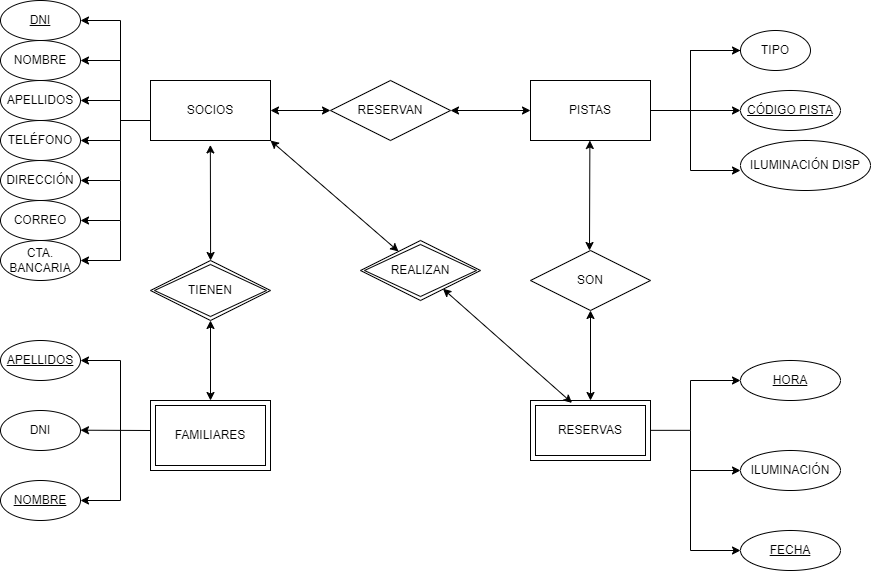
Earlier version of the draw.io export Tarea_2.png (adrilave/Practica-1-AED). Source tidied: cells renumbered, new cells last; positions are measured from the earlier drawing's top-left corner, leaving out a move shared by most shapes.
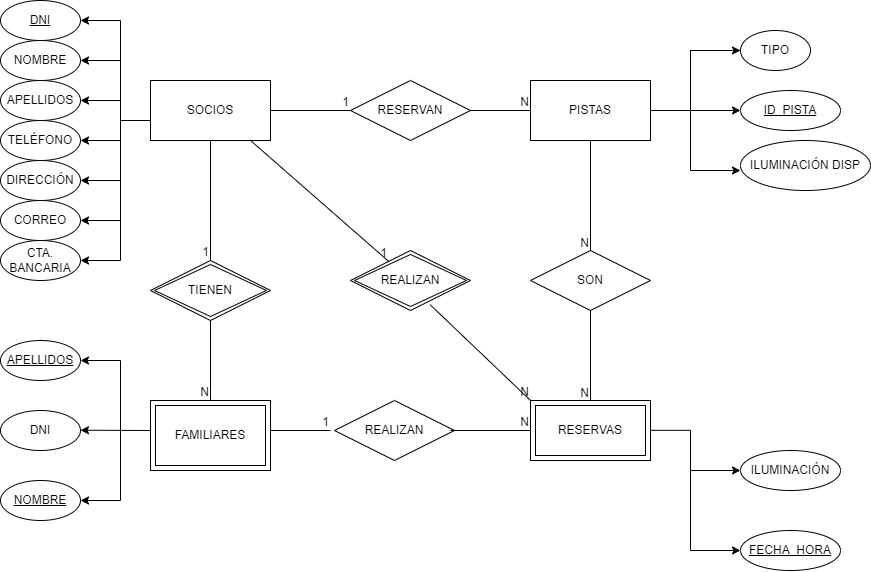
The same file after the commit.

Diff of the diagram source:
```diff
@@ -42,7 +42,7 @@
       <mxGeometry y="410" width="80" height="40" as="geometry" />
     </mxCell>
     <mxCell id="15" value="RESERVAN" style="shape=rhombus;perimeter=rhombusPerimeter;whiteSpace=wrap;html=1;align=center;" parent="1" vertex="1">
-      <mxGeometry x="330" y="80" width="120" height="60" as="geometry" />
+      <mxGeometry x="350" y="80" width="120" height="60" as="geometry" />
     </mxCell>
     <mxCell id="16" style="endArrow=classic;html=1;rounded=0;exitX=0;exitY=0.5;exitDx=0;exitDy=0;" parent="1" edge="1">
       <mxGeometry relative="1" as="geometry">
@@ -131,30 +131,12 @@
         </Array>
       </mxGeometry>
     </mxCell>
-    <mxCell id="27" style="endArrow=classic;html=1;rounded=0;entryX=0.5;entryY=0;entryDx=0;entryDy=0;startArrow=classic;" parent="1" edge="1">
-      <mxGeometry relative="1" as="geometry">
-        <mxPoint x="210" y="320" as="sourcePoint" />
-        <mxPoint x="210" y="400" as="targetPoint" />
-      </mxGeometry>
-    </mxCell>
     <mxCell id="28" value="TIENEN" style="shape=rhombus;double=1;perimeter=rhombusPerimeter;whiteSpace=wrap;html=1;align=center;" parent="1" vertex="1">
       <mxGeometry x="150" y="260" width="120" height="60" as="geometry" />
     </mxCell>
     <mxCell id="29" value="FAMILIARES" style="shape=ext;margin=3;double=1;whiteSpace=wrap;html=1;align=center;" parent="1" vertex="1">
       <mxGeometry x="150" y="400" width="120" height="70" as="geometry" />
     </mxCell>
-    <mxCell id="30" style="endArrow=classic;startArrow=classic;html=1;rounded=0;exitX=0.502;exitY=-0.074;exitDx=0;exitDy=0;exitPerimeter=0;entryX=0.5;entryY=1;entryDx=0;entryDy=0;" parent="1" edge="1">
-      <mxGeometry relative="1" as="geometry">
-        <mxPoint x="210.1" y="260" as="sourcePoint" />
-        <mxPoint x="209.8" y="144.4" as="targetPoint" />
-      </mxGeometry>
-    </mxCell>
-    <mxCell id="31" style="endArrow=classic;startArrow=classic;html=1;rounded=0;entryX=0;entryY=0.5;entryDx=0;entryDy=0;exitX=1;exitY=0.5;exitDx=0;exitDy=0;" parent="1" edge="1" source="2" target="15">
-      <mxGeometry relative="1" as="geometry" />
-    </mxCell>
-    <mxCell id="32" style="endArrow=classic;startArrow=classic;html=1;rounded=0;entryX=0;entryY=0.5;entryDx=0;entryDy=0;exitX=1;exitY=0.5;exitDx=0;exitDy=0;" parent="1" edge="1" source="15" target="3">
-      <mxGeometry relative="1" as="geometry" />
-    </mxCell>
     <mxCell id="33" style="endArrow=none;html=1;rounded=0;" parent="1" edge="1">
       <mxGeometry relative="1" as="geometry">
         <mxPoint x="650" y="110" as="sourcePoint" />
@@ -203,15 +185,6 @@
         <mxPoint x="690" y="429.8" as="targetPoint" />
       </mxGeometry>
     </mxCell>
-    <mxCell id="40" style="endArrow=classic;html=1;rounded=0;" parent="1" edge="1">
-      <mxGeometry relative="1" as="geometry">
-        <mxPoint x="690" y="430" as="sourcePoint" />
-        <mxPoint x="740" y="380" as="targetPoint" />
-        <Array as="points">
-          <mxPoint x="690" y="380" />
-        </Array>
-      </mxGeometry>
-    </mxCell>
     <mxCell id="41" style="endArrow=classic;html=1;rounded=0;" parent="1" edge="1">
       <mxGeometry relative="1" as="geometry">
         <mxPoint x="690" y="430" as="sourcePoint" />
@@ -234,15 +207,9 @@
       </mxGeometry>
     </mxCell>
     <mxCell id="44" value="REALIZAN" style="shape=rhombus;double=1;perimeter=rhombusPerimeter;whiteSpace=wrap;html=1;align=center;" parent="1" vertex="1">
-      <mxGeometry x="360" y="240" width="120" height="60" as="geometry" />
+      <mxGeometry x="350" y="250" width="120" height="60" as="geometry" />
     </mxCell>
-    <mxCell id="45" style="endArrow=classic;startArrow=classic;html=1;rounded=0;exitX=1;exitY=1;exitDx=0;exitDy=0;" parent="1" edge="1" source="2" target="44">
-      <mxGeometry relative="1" as="geometry" />
-    </mxCell>
-    <mxCell id="46" style="endArrow=classic;startArrow=classic;html=1;rounded=0;exitX=0.687;exitY=0.804;exitDx=0;exitDy=0;exitPerimeter=0;entryX=0.346;entryY=0.04;entryDx=0;entryDy=0;entryPerimeter=0;" parent="1" edge="1" source="44" target="38">
-      <mxGeometry relative="1" as="geometry" />
-    </mxCell>
-    <mxCell id="47" value="CÓDIGO PISTA" style="ellipse;whiteSpace=wrap;html=1;align=center;fontStyle=4;" parent="1" vertex="1">
+    <mxCell id="47" value="ID_PISTA" style="ellipse;whiteSpace=wrap;html=1;align=center;fontStyle=4;" parent="1" vertex="1">
       <mxGeometry x="740" y="90" width="100" height="40" as="geometry" />
     </mxCell>
     <mxCell id="48" style="endArrow=classic;html=1;rounded=0;entryX=0;entryY=0.5;entryDx=0;entryDy=0;" parent="1" edge="1" target="47">
@@ -250,31 +217,90 @@
         <mxPoint x="690" y="110" as="sourcePoint" />
       </mxGeometry>
     </mxCell>
-    <mxCell id="49" style="endArrow=classic;startArrow=classic;html=1;rounded=0;" parent="1" edge="1">
-      <mxGeometry relative="1" as="geometry">
-        <mxPoint x="589" y="250" as="sourcePoint" />
-        <mxPoint x="589.4" y="140" as="targetPoint" />
-      </mxGeometry>
-    </mxCell>
     <mxCell id="50" value="SON" style="shape=rhombus;perimeter=rhombusPerimeter;whiteSpace=wrap;html=1;align=center;" parent="1" vertex="1">
       <mxGeometry x="530" y="250" width="120" height="60" as="geometry" />
     </mxCell>
-    <mxCell id="51" style="endArrow=classic;startArrow=classic;html=1;rounded=0;entryX=0.5;entryY=1;entryDx=0;entryDy=0;" parent="1" edge="1" target="50">
-      <mxGeometry relative="1" as="geometry">
-        <mxPoint x="590" y="400" as="sourcePoint" />
-      </mxGeometry>
-    </mxCell>
     <mxCell id="52" value="NOMBRE" style="ellipse;whiteSpace=wrap;html=1;align=center;fontStyle=4;" parent="1" vertex="1">
       <mxGeometry y="480" width="80" height="40" as="geometry" />
     </mxCell>
     <mxCell id="53" value="APELLIDOS" style="ellipse;whiteSpace=wrap;html=1;align=center;fontStyle=4;" parent="1" vertex="1">
       <mxGeometry y="340" width="80" height="40" as="geometry" />
     </mxCell>
-    <mxCell id="54" value="FECHA" style="ellipse;whiteSpace=wrap;html=1;align=center;fontStyle=4;" parent="1" vertex="1">
+    <mxCell id="54" value="FECHA_HORA" style="ellipse;whiteSpace=wrap;html=1;align=center;fontStyle=4;" parent="1" vertex="1">
       <mxGeometry x="740" y="530" width="100" height="40" as="geometry" />
     </mxCell>
-    <mxCell id="55" value="HORA" style="ellipse;whiteSpace=wrap;html=1;align=center;fontStyle=4;" parent="1" vertex="1">
-      <mxGeometry x="740" y="360" width="100" height="40" as="geometry" />
-    </mxCell>
+    <mxCell id="56" value="REALIZAN" style="shape=rhombus;perimeter=rhombusPerimeter;whiteSpace=wrap;html=1;align=center;" parent="1" vertex="1">
+      <mxGeometry x="334" y="400" width="120" height="60" as="geometry" />
+    </mxCell>
+    <mxCell id="45" style="endArrow=none;html=1;rounded=0;exitX=0.835;exitY=1.002;exitDx=0;exitDy=0;exitPerimeter=0;" parent="1" edge="1" source="2" target="44">
+      <mxGeometry relative="1" as="geometry" />
+    </mxCell>
+    <mxCell id="57" value="1" style="html=1;whiteSpace=wrap;align=right;verticalAlign=bottom;" parent="45" vertex="1">
+      <mxGeometry x="1" relative="1" as="geometry" />
+    </mxCell>
+    <mxCell id="46" style="endArrow=none;html=1;rounded=0;exitX=0.664;exitY=0.904;exitDx=0;exitDy=0;exitPerimeter=0;entryX=0;entryY=0;entryDx=0;entryDy=0;" parent="1" edge="1" source="44" target="38">
+      <mxGeometry relative="1" as="geometry" />
+    </mxCell>
+    <mxCell id="58" value="N" style="html=1;whiteSpace=wrap;align=right;verticalAlign=bottom;" parent="46" vertex="1">
+      <mxGeometry x="1" relative="1" as="geometry" />
+    </mxCell>
+    <mxCell id="59" style="endArrow=none;html=1;rounded=0;" parent="1" edge="1">
+      <mxGeometry relative="1" as="geometry">
+        <mxPoint x="270" y="430" as="sourcePoint" />
+        <mxPoint x="330" y="430" as="targetPoint" />
+      </mxGeometry>
+    </mxCell>
+    <mxCell id="60" value="1" style="html=1;whiteSpace=wrap;align=right;verticalAlign=bottom;" parent="59" vertex="1">
+      <mxGeometry x="1" relative="1" as="geometry" />
+    </mxCell>
+    <mxCell id="61" style="endArrow=none;html=1;rounded=0;" parent="1" edge="1">
+      <mxGeometry relative="1" as="geometry">
+        <mxPoint x="450" y="430" as="sourcePoint" />
+        <mxPoint x="530" y="430" as="targetPoint" />
+      </mxGeometry>
+    </mxCell>
+    <mxCell id="62" value="N" style="html=1;whiteSpace=wrap;align=right;verticalAlign=bottom;" parent="61" vertex="1">
+      <mxGeometry x="1" relative="1" as="geometry" />
+    </mxCell>
+    <mxCell id="63" style="endArrow=none;html=1;rounded=0;exitX=0.5;exitY=1;exitDx=0;exitDy=0;entryX=0.5;entryY=0;entryDx=0;entryDy=0;" parent="1" edge="1" source="2" target="28">
+      <mxGeometry relative="1" as="geometry" />
+    </mxCell>
+    <mxCell id="64" value="1" style="html=1;whiteSpace=wrap;align=right;verticalAlign=bottom;" parent="63" vertex="1">
+      <mxGeometry x="1" relative="1" as="geometry" />
+    </mxCell>
+    <mxCell id="65" style="endArrow=none;html=1;rounded=0;exitX=0.5;exitY=1;exitDx=0;exitDy=0;entryX=0.5;entryY=0;entryDx=0;entryDy=0;" parent="1" edge="1" source="28" target="29">
+      <mxGeometry relative="1" as="geometry" />
+    </mxCell>
+    <mxCell id="66" value="N" style="html=1;whiteSpace=wrap;align=right;verticalAlign=bottom;" parent="65" vertex="1">
+      <mxGeometry x="1" relative="1" as="geometry" />
+    </mxCell>
+    <mxCell id="67" style="endArrow=none;html=1;rounded=0;" parent="1" edge="1" source="15">
+      <mxGeometry relative="1" as="geometry">
+        <mxPoint x="530" y="110" as="targetPoint" />
+      </mxGeometry>
+    </mxCell>
+    <mxCell id="68" value="N" style="html=1;whiteSpace=wrap;align=right;verticalAlign=bottom;" parent="67" vertex="1">
+      <mxGeometry x="1" relative="1" as="geometry" />
+    </mxCell>
+    <mxCell id="69" style="endArrow=none;html=1;rounded=0;entryX=0;entryY=0.5;entryDx=0;entryDy=0;" parent="1" edge="1" target="15">
+      <mxGeometry relative="1" as="geometry">
+        <mxPoint x="270" y="110" as="sourcePoint" />
+      </mxGeometry>
+    </mxCell>
+    <mxCell id="70" value="1" style="html=1;whiteSpace=wrap;align=right;verticalAlign=bottom;" parent="69" vertex="1">
+      <mxGeometry x="1" relative="1" as="geometry" />
+    </mxCell>
+    <mxCell id="71" style="endArrow=none;html=1;rounded=0;exitX=0.5;exitY=1;exitDx=0;exitDy=0;entryX=0.5;entryY=0;entryDx=0;entryDy=0;" parent="1" edge="1" source="50" target="38">
+      <mxGeometry relative="1" as="geometry" />
+    </mxCell>
+    <mxCell id="72" value="N" style="html=1;whiteSpace=wrap;align=right;verticalAlign=bottom;" parent="71" vertex="1">
+      <mxGeometry x="1" relative="1" as="geometry" />
+    </mxCell>
+    <mxCell id="73" style="endArrow=none;html=1;rounded=0;exitX=0.5;exitY=1;exitDx=0;exitDy=0;entryX=0.5;entryY=0;entryDx=0;entryDy=0;" parent="1" edge="1" source="3" target="50">
+      <mxGeometry relative="1" as="geometry" />
+    </mxCell>
+    <mxCell id="74" value="N" style="html=1;whiteSpace=wrap;align=right;verticalAlign=bottom;" parent="73" vertex="1">
+      <mxGeometry x="1" relative="1" as="geometry" />
+    </mxCell>
   </root>
 </mxGraphModel>
```
